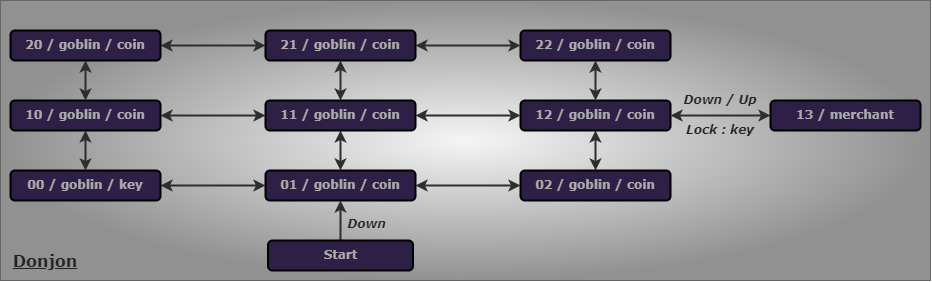
Earlier version of the draw.io export Jeux_RPG/donjon.drawio.png (Vivien-Parsis/Jeux-rpg). Source tidied: cells renumbered, new cells last; positions are measured from the earlier drawing's top-left corner, leaving out a move shared by most shapes.
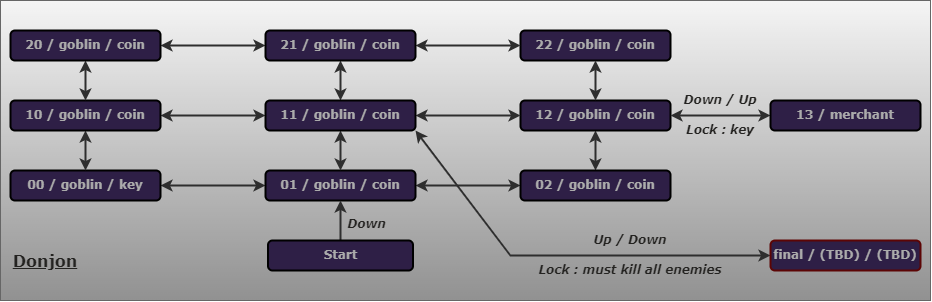
After the commit.

Commit message:
added diagram and final room

Diff of the diagram source:
```diff
@@ -2,8 +2,8 @@
   <root>
     <mxCell id="0" />
     <mxCell id="1" parent="0" />
-    <mxCell id="2" style="rounded=0;whiteSpace=wrap;html=1;fontFamily=Verdana;labelBorderColor=none;strokeColor=#666666;fillColor=#f5f5f5;gradientColor=#919191;gradientDirection=radial;" parent="1" vertex="1">
-      <mxGeometry width="930" height="280" as="geometry" />
+    <mxCell id="2" style="rounded=0;whiteSpace=wrap;html=1;fontFamily=Verdana;labelBorderColor=none;strokeColor=#666666;fillColor=#f5f5f5;gradientColor=#919191;gradientDirection=south;" parent="1" vertex="1">
+      <mxGeometry width="930" height="300" as="geometry" />
     </mxCell>
     <mxCell id="3" style="edgeStyle=none;html=1;strokeColor=#2E2E2E;startArrow=classic;startFill=1;endFill=1;strokeWidth=2;exitX=1;exitY=0.5;exitDx=0;exitDy=0;" parent="1" edge="1" source="5" target="10">
       <mxGeometry relative="1" as="geometry" />
@@ -71,6 +71,13 @@
     <mxCell id="24" value="21&amp;nbsp;/ goblin&amp;nbsp;/ coin" style="rounded=1;whiteSpace=wrap;html=1;fillStyle=auto;fillColor=#2E1F46;fontFamily=Verdana;fontColor=#ABABAB;labelBorderColor=none;fontStyle=1;fontSize=12;strokeColor=#000000;strokeWidth=2;" parent="1" vertex="1">
       <mxGeometry x="265" y="30" width="150" height="30" as="geometry" />
     </mxCell>
+    <mxCell id="32" style="edgeStyle=none;html=1;exitX=1;exitY=1;exitDx=0;exitDy=0;entryX=0;entryY=0.5;entryDx=0;entryDy=0;strokeColor=#2E2E2E;startArrow=classic;startFill=1;endFill=1;strokeWidth=2;rounded=0;" parent="1" edge="1" source="25" target="33">
+      <mxGeometry relative="1" as="geometry">
+        <Array as="points">
+          <mxPoint x="510" y="255" />
+        </Array>
+      </mxGeometry>
+    </mxCell>
     <mxCell id="25" value="11&amp;nbsp;/ goblin&amp;nbsp;/ coin" style="rounded=1;whiteSpace=wrap;html=1;fillStyle=auto;fillColor=#2E1F46;fontFamily=Verdana;fontColor=#ABABAB;labelBorderColor=none;fontStyle=1;fontSize=12;strokeColor=#000000;strokeWidth=2;" parent="1" vertex="1">
       <mxGeometry x="265" y="100" width="150" height="30" as="geometry" />
     </mxCell>
@@ -92,5 +99,14 @@
     <mxCell id="31" value="&lt;font size=&quot;1&quot; color=&quot;#242321&quot;&gt;&lt;b&gt;&lt;u style=&quot;font-size: 16px;&quot;&gt;Donjon&lt;/u&gt;&lt;/b&gt;&lt;/font&gt;" style="text;html=1;strokeColor=none;fillColor=none;align=center;verticalAlign=middle;whiteSpace=wrap;rounded=0;labelBorderColor=none;strokeWidth=2;fontFamily=Verdana;fontSize=12;fontColor=#ABABAB;" parent="1" vertex="1">
       <mxGeometry x="10" y="250" width="70" height="20" as="geometry" />
     </mxCell>
+    <mxCell id="33" value="final / (TBD) / (TBD)" style="rounded=1;whiteSpace=wrap;html=1;fillStyle=auto;fillColor=#2E1F46;fontFamily=Verdana;fontColor=#ABABAB;labelBorderColor=none;fontStyle=1;fontSize=12;strokeColor=#5C0505;strokeWidth=2;" parent="1" vertex="1">
+      <mxGeometry x="770" y="240" width="150" height="30" as="geometry" />
+    </mxCell>
+    <mxCell id="34" value="&lt;font color=&quot;#242321&quot;&gt;&lt;b&gt;&lt;i&gt;Up / Down&lt;/i&gt;&lt;/b&gt;&lt;/font&gt;" style="text;html=1;strokeColor=none;fillColor=none;align=center;verticalAlign=middle;whiteSpace=wrap;rounded=0;labelBorderColor=none;strokeWidth=2;fontFamily=Verdana;fontSize=12;fontColor=#ABABAB;" parent="1" vertex="1">
+      <mxGeometry x="590" y="230" width="80" height="20" as="geometry" />
+    </mxCell>
+    <mxCell id="35" value="&lt;font color=&quot;#242321&quot;&gt;&lt;b&gt;&lt;i&gt;Lock : must kill all enemies&lt;/i&gt;&lt;/b&gt;&lt;/font&gt;" style="text;html=1;strokeColor=none;fillColor=none;align=center;verticalAlign=middle;whiteSpace=wrap;rounded=0;labelBorderColor=none;strokeWidth=2;fontFamily=Verdana;fontSize=12;fontColor=#ABABAB;" parent="1" vertex="1">
+      <mxGeometry x="530" y="260" width="200" height="20" as="geometry" />
+    </mxCell>
   </root>
 </mxGraphModel>
```
